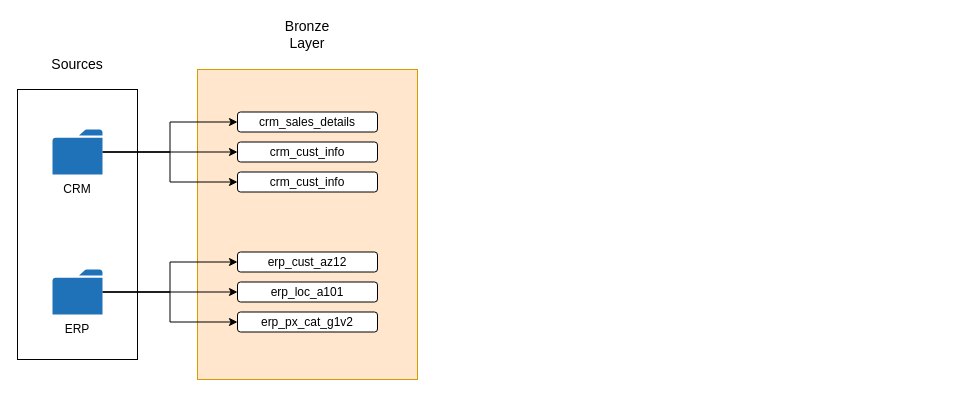
Before: docs/data-flow-diagram.drawio in EveningStack/SQL-Data-Warehouse-Project, a draw.io diagram. Source tidied: cells renumbered, new cells numbered last; positions are measured from the earlier drawing's top-left corner, leaving out a move shared by most shapes. Both pictures are drawn from the tidied source at 100%, with x=0, y=0 at pixel (17, 19).
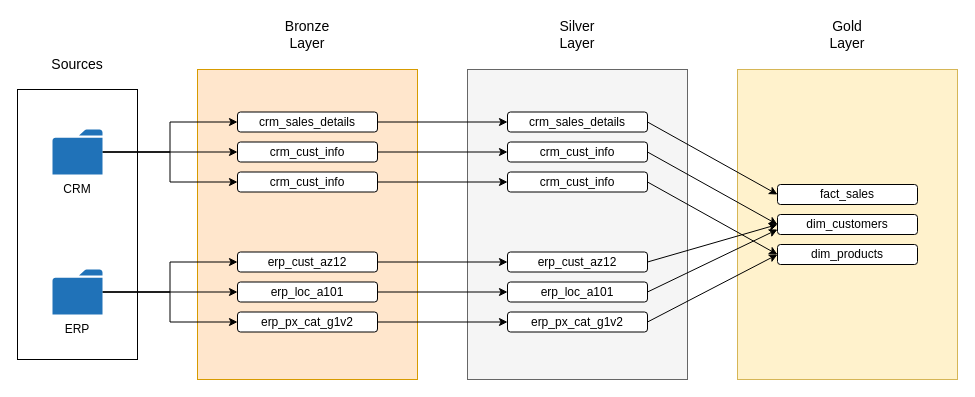
The same diagram, later.

Commit message (it also covers changes not shown here):
Finalized the gold layer and updated the diagrams.

The change refers to these unchanged cells:
```xml
<mxCell id="16" value="crm_sales_details" style="rounded=1;whiteSpace=wrap;html=1;" parent="1" vertex="1">
  <mxGeometry x="220" y="92.5" width="140" height="20" as="geometry" />
</mxCell>
<mxCell id="17" value="crm_cust_info" style="rounded=1;whiteSpace=wrap;html=1;" parent="1" vertex="1">
  <mxGeometry x="220" y="122.5" width="140" height="20" as="geometry" />
</mxCell>
<mxCell id="18" value="crm_cust_info" style="rounded=1;whiteSpace=wrap;html=1;" parent="1" vertex="1">
  <mxGeometry x="220" y="152.5" width="140" height="20" as="geometry" />
</mxCell>
<mxCell id="19" value="erp_cust_az12" style="rounded=1;whiteSpace=wrap;html=1;" parent="1" vertex="1">
  <mxGeometry x="220" y="232.5" width="140" height="20" as="geometry" />
</mxCell>
<mxCell id="20" value="erp_loc_a101" style="rounded=1;whiteSpace=wrap;html=1;" parent="1" vertex="1">
  <mxGeometry x="220" y="262.5" width="140" height="20" as="geometry" />
</mxCell>
<mxCell id="21" value="erp_px_cat_g1v2" style="rounded=1;whiteSpace=wrap;html=1;" parent="1" vertex="1">
  <mxGeometry x="220" y="292.5" width="140" height="20" as="geometry" />
</mxCell>
```

The edit, as a diff of the source:
```diff
@@
+    <mxCell id="22" style="rounded=0;whiteSpace=wrap;html=1;fillColor=#fff2cc;strokeColor=#d6b656;" parent="1" vertex="1">
+      <mxGeometry x="720" y="50" width="220" height="310" as="geometry" />
+    </mxCell>
+    <mxCell id="23" style="rounded=0;whiteSpace=wrap;html=1;fillColor=#f5f5f5;strokeColor=#666666;fontColor=#333333;" parent="1" vertex="1">
+      <mxGeometry x="450" y="50" width="220" height="310" as="geometry" />
+    </mxCell>
@@
+    <mxCell id="24" style="edgeStyle=orthogonalEdgeStyle;rounded=0;jettySize=auto;html=1;exitX=1;exitY=0.5;exitDx=0;exitDy=0;entryX=0;entryY=0.5;entryDx=0;entryDy=0;" parent="1" edge="1" source="16" target="32">
+      <mxGeometry relative="1" as="geometry" />
+    </mxCell>
@@
+    <mxCell id="25" style="edgeStyle=orthogonalEdgeStyle;rounded=0;jettySize=auto;html=1;exitX=1;exitY=0.5;exitDx=0;exitDy=0;entryX=0;entryY=0.5;entryDx=0;entryDy=0;" parent="1" edge="1" source="17" target="34">
+      <mxGeometry relative="1" as="geometry" />
+    </mxCell>
@@
+    <mxCell id="26" style="edgeStyle=orthogonalEdgeStyle;rounded=0;jettySize=auto;html=1;exitX=1;exitY=0.5;exitDx=0;exitDy=0;" parent="1" edge="1" source="18" target="36">
+      <mxGeometry relative="1" as="geometry" />
+    </mxCell>
@@
+    <mxCell id="27" style="edgeStyle=orthogonalEdgeStyle;rounded=0;jettySize=auto;html=1;exitX=1;exitY=0.5;exitDx=0;exitDy=0;entryX=0;entryY=0.5;entryDx=0;entryDy=0;" parent="1" edge="1" source="19" target="38">
+      <mxGeometry relative="1" as="geometry" />
+    </mxCell>
@@
+    <mxCell id="28" style="edgeStyle=orthogonalEdgeStyle;rounded=0;jettySize=auto;html=1;exitX=1;exitY=0.5;exitDx=0;exitDy=0;" parent="1" edge="1" source="20" target="40">
+      <mxGeometry relative="1" as="geometry" />
+    </mxCell>
@@
+    <mxCell id="29" style="edgeStyle=orthogonalEdgeStyle;rounded=0;jettySize=auto;html=1;exitX=1;exitY=0.5;exitDx=0;exitDy=0;" parent="1" edge="1" source="21" target="42">
+      <mxGeometry relative="1" as="geometry" />
+    </mxCell>
@@
+    <mxCell id="30" value="Silver Layer" style="text;html=1;whiteSpace=wrap;strokeColor=none;fillColor=none;align=center;verticalAlign=middle;rounded=0;fontSize=14;" parent="1" vertex="1">
+      <mxGeometry x="530" width="60" height="30" as="geometry" />
+    </mxCell>
+    <mxCell id="31" style="rounded=0;jettySize=auto;html=1;exitX=1;exitY=0.5;exitDx=0;exitDy=0;entryX=0;entryY=0.5;entryDx=0;entryDy=0;" parent="1" edge="1" source="32" target="44">
+      <mxGeometry relative="1" as="geometry" />
+    </mxCell>
+    <mxCell id="32" value="crm_sales_details" style="rounded=1;whiteSpace=wrap;html=1;" parent="1" vertex="1">
+      <mxGeometry x="490" y="92.5" width="140" height="20" as="geometry" />
+    </mxCell>
+    <mxCell id="33" style="rounded=0;jettySize=auto;html=1;exitX=1;exitY=0.5;exitDx=0;exitDy=0;entryX=0;entryY=0.5;entryDx=0;entryDy=0;" parent="1" edge="1" source="34" target="45">
+      <mxGeometry relative="1" as="geometry" />
+    </mxCell>
+    <mxCell id="34" value="crm_cust_info" style="rounded=1;whiteSpace=wrap;html=1;" parent="1" vertex="1">
+      <mxGeometry x="490" y="122.5" width="140" height="20" as="geometry" />
+    </mxCell>
+    <mxCell id="35" style="rounded=0;jettySize=auto;html=1;exitX=1;exitY=0.5;exitDx=0;exitDy=0;entryX=0;entryY=0.5;entryDx=0;entryDy=0;" parent="1" edge="1" source="36" target="46">
+      <mxGeometry relative="1" as="geometry" />
+    </mxCell>
+    <mxCell id="36" value="crm_cust_info" style="rounded=1;whiteSpace=wrap;html=1;" parent="1" vertex="1">
+      <mxGeometry x="490" y="152.5" width="140" height="20" as="geometry" />
+    </mxCell>
+    <mxCell id="37" style="rounded=0;jettySize=auto;html=1;entryX=0;entryY=0.5;entryDx=0;entryDy=0;exitX=1;exitY=0.5;exitDx=0;exitDy=0;" parent="1" edge="1" source="38" target="45">
+      <mxGeometry relative="1" as="geometry" />
+    </mxCell>
+    <mxCell id="38" value="erp_cust_az12" style="rounded=1;whiteSpace=wrap;html=1;" parent="1" vertex="1">
+      <mxGeometry x="490" y="232.5" width="140" height="20" as="geometry" />
+    </mxCell>
+    <mxCell id="39" style="rounded=0;jettySize=auto;html=1;exitX=1;exitY=0.5;exitDx=0;exitDy=0;" parent="1" edge="1" source="40">
+      <mxGeometry relative="1" as="geometry">
+        <mxPoint x="760" y="210" as="targetPoint" />
+      </mxGeometry>
+    </mxCell>
+    <mxCell id="40" value="erp_loc_a101" style="rounded=1;whiteSpace=wrap;html=1;" parent="1" vertex="1">
+      <mxGeometry x="490" y="262.5" width="140" height="20" as="geometry" />
+    </mxCell>
+    <mxCell id="41" style="rounded=0;jettySize=auto;html=1;exitX=1;exitY=0.5;exitDx=0;exitDy=0;entryX=0;entryY=0.5;entryDx=0;entryDy=0;" parent="1" edge="1" source="42" target="46">
+      <mxGeometry relative="1" as="geometry" />
+    </mxCell>
+    <mxCell id="42" value="erp_px_cat_g1v2" style="rounded=1;whiteSpace=wrap;html=1;" parent="1" vertex="1">
+      <mxGeometry x="490" y="292.5" width="140" height="20" as="geometry" />
+    </mxCell>
+    <mxCell id="43" value="Gold Layer" style="text;html=1;whiteSpace=wrap;strokeColor=none;fillColor=none;align=center;verticalAlign=middle;rounded=0;fontSize=14;" parent="1" vertex="1">
+      <mxGeometry x="800" width="60" height="30" as="geometry" />
+    </mxCell>
+    <mxCell id="44" value="fact_sales" style="rounded=1;whiteSpace=wrap;html=1;" parent="1" vertex="1">
+      <mxGeometry x="760" y="165" width="140" height="20" as="geometry" />
+    </mxCell>
+    <mxCell id="45" value="dim_customers" style="rounded=1;whiteSpace=wrap;html=1;" parent="1" vertex="1">
+      <mxGeometry x="760" y="195" width="140" height="20" as="geometry" />
+    </mxCell>
+    <mxCell id="46" value="dim_products" style="rounded=1;whiteSpace=wrap;html=1;" parent="1" vertex="1">
+      <mxGeometry x="760" y="225" width="140" height="20" as="geometry" />
+    </mxCell>
```
